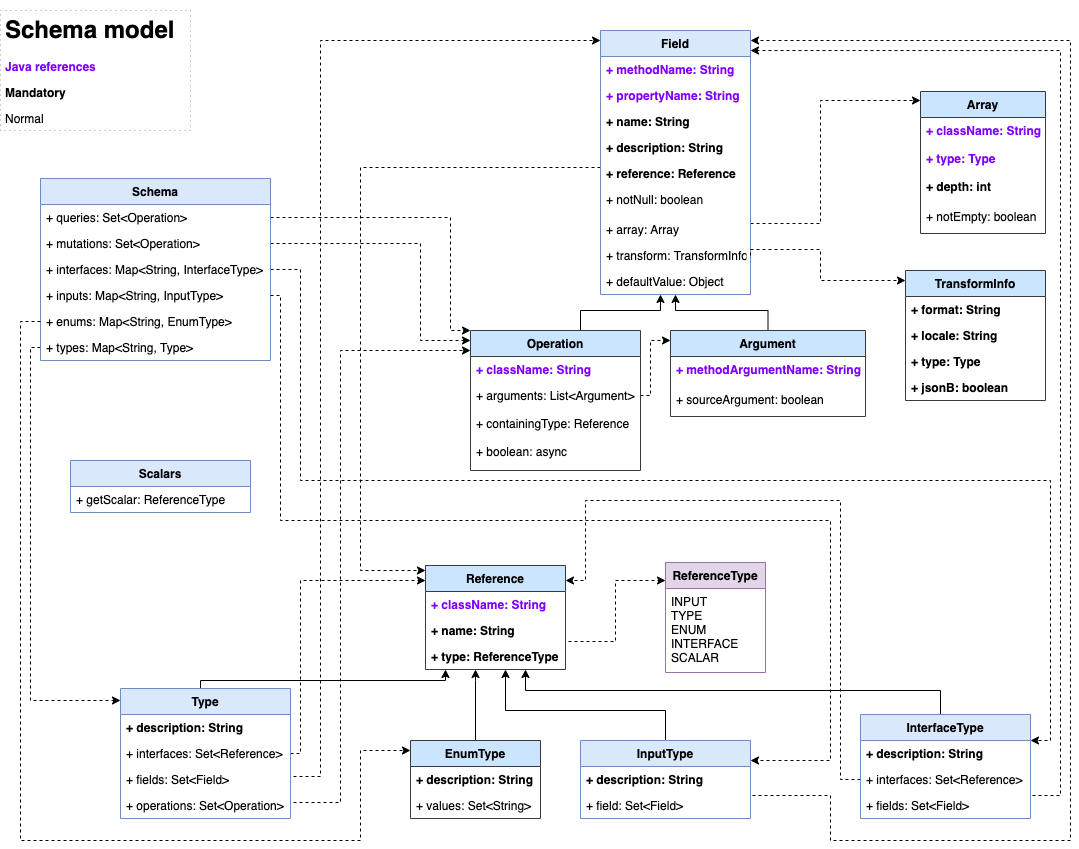
Above: common/schema-model/classdiagram.png in smallrye/smallrye-graphql (draw.io), before the change. Source tidied: cells renumbered, new cells last; positions are measured from the earlier drawing's top-left corner, leaving out a move shared by most shapes.
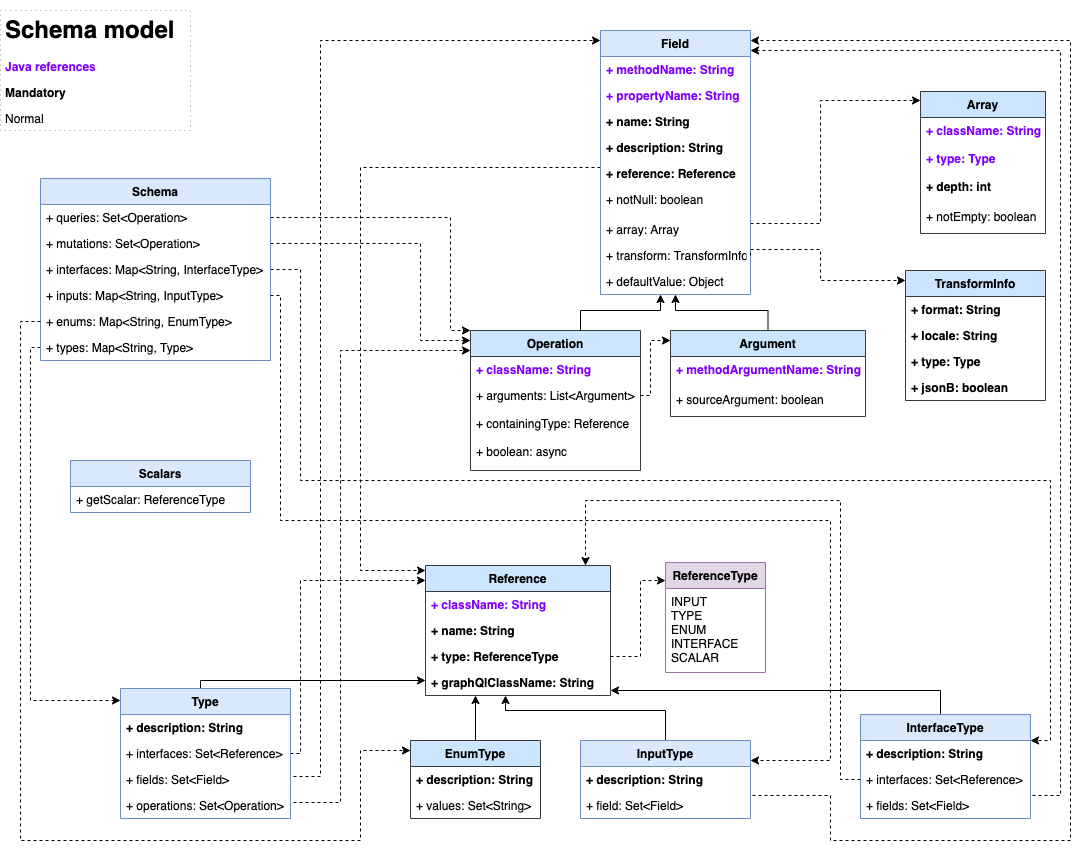
After the change.

What changed in the source:
```diff
@@ -179,12 +179,11 @@
         </Array>
       </mxGeometry>
     </mxCell>
-    <mxCell id="27" style="edgeStyle=orthogonalEdgeStyle;rounded=0;jettySize=auto;html=1;exitX=1;exitY=0.5;exitDx=0;exitDy=0;dashed=1;" parent="1" edge="1" source="66" target="67">
+    <mxCell id="27" style="edgeStyle=orthogonalEdgeStyle;rounded=0;jettySize=auto;html=1;dashed=1;exitX=1;exitY=0.5;exitDx=0;exitDy=0;" parent="1" edge="1" source="82" target="67">
       <mxGeometry relative="1" as="geometry">
         <Array as="points">
-          <mxPoint x="565" y="631" />
-          <mxPoint x="615" y="631" />
-          <mxPoint x="615" y="570" />
+          <mxPoint x="640" y="646" />
+          <mxPoint x="640" y="570" />
         </Array>
       </mxGeometry>
     </mxCell>
@@ -311,16 +310,19 @@
       <mxGeometry y="26" width="180" height="26" as="geometry" />
     </mxCell>
     <mxCell id="63" value="Reference" style="swimlane;fontStyle=1;horizontal=1;startSize=26;fillColor=#cce5ff;strokeColor=#36393d;" parent="1" vertex="1">
-      <mxGeometry x="425" y="555" width="140" height="104" as="geometry" />
+      <mxGeometry x="425" y="555" width="185" height="130" as="geometry" />
     </mxCell>
     <mxCell id="64" value="+ className: String" style="text;strokeColor=none;fillColor=none;align=left;verticalAlign=top;spacingLeft=4;spacingRight=4;overflow=hidden;fontColor=#7F00FF;fontStyle=1;" parent="63" vertex="1">
-      <mxGeometry y="26" width="140" height="26" as="geometry" />
+      <mxGeometry y="26" width="185" height="26" as="geometry" />
     </mxCell>
     <mxCell id="65" value="+ name: String" style="text;strokeColor=none;fillColor=none;align=left;verticalAlign=top;spacingLeft=4;spacingRight=4;overflow=hidden;fontStyle=1;" parent="63" vertex="1">
-      <mxGeometry y="52" width="140" height="26" as="geometry" />
+      <mxGeometry y="52" width="185" height="26" as="geometry" />
     </mxCell>
+    <mxCell id="82" value="+ type: ReferenceType" style="text;strokeColor=none;fillColor=none;align=left;verticalAlign=top;spacingLeft=4;spacingRight=4;overflow=hidden;points=[[0,0.5],[1,0.5]];portConstraint=eastwest;fontStyle=1;" parent="63" vertex="1">
+      <mxGeometry y="78" width="185" height="26" as="geometry" />
+    </mxCell>
-    <mxCell id="66" value="+ type: ReferenceType" style="text;strokeColor=none;fillColor=none;align=left;verticalAlign=top;spacingLeft=4;spacingRight=4;overflow=hidden;points=[[0,0.5],[1,0.5]];portConstraint=eastwest;fontStyle=1;" parent="63" vertex="1">
-      <mxGeometry y="78" width="140" height="26" as="geometry" />
+    <mxCell id="66" value="+ graphQlClassName: String" style="text;strokeColor=none;fillColor=none;align=left;verticalAlign=top;spacingLeft=4;spacingRight=4;overflow=hidden;points=[[0,0.5],[1,0.5]];portConstraint=eastwest;fontStyle=1;" parent="63" vertex="1">
+      <mxGeometry y="104" width="185" height="26" as="geometry" />
     </mxCell>
     <mxCell id="67" value="ReferenceType" style="swimlane;fontStyle=1;horizontal=1;startSize=26;fillColor=#e1d5e7;strokeColor=#9673a6;" parent="1" vertex="1">
       <mxGeometry x="665" y="552" width="100" height="110" as="geometry" />
```
